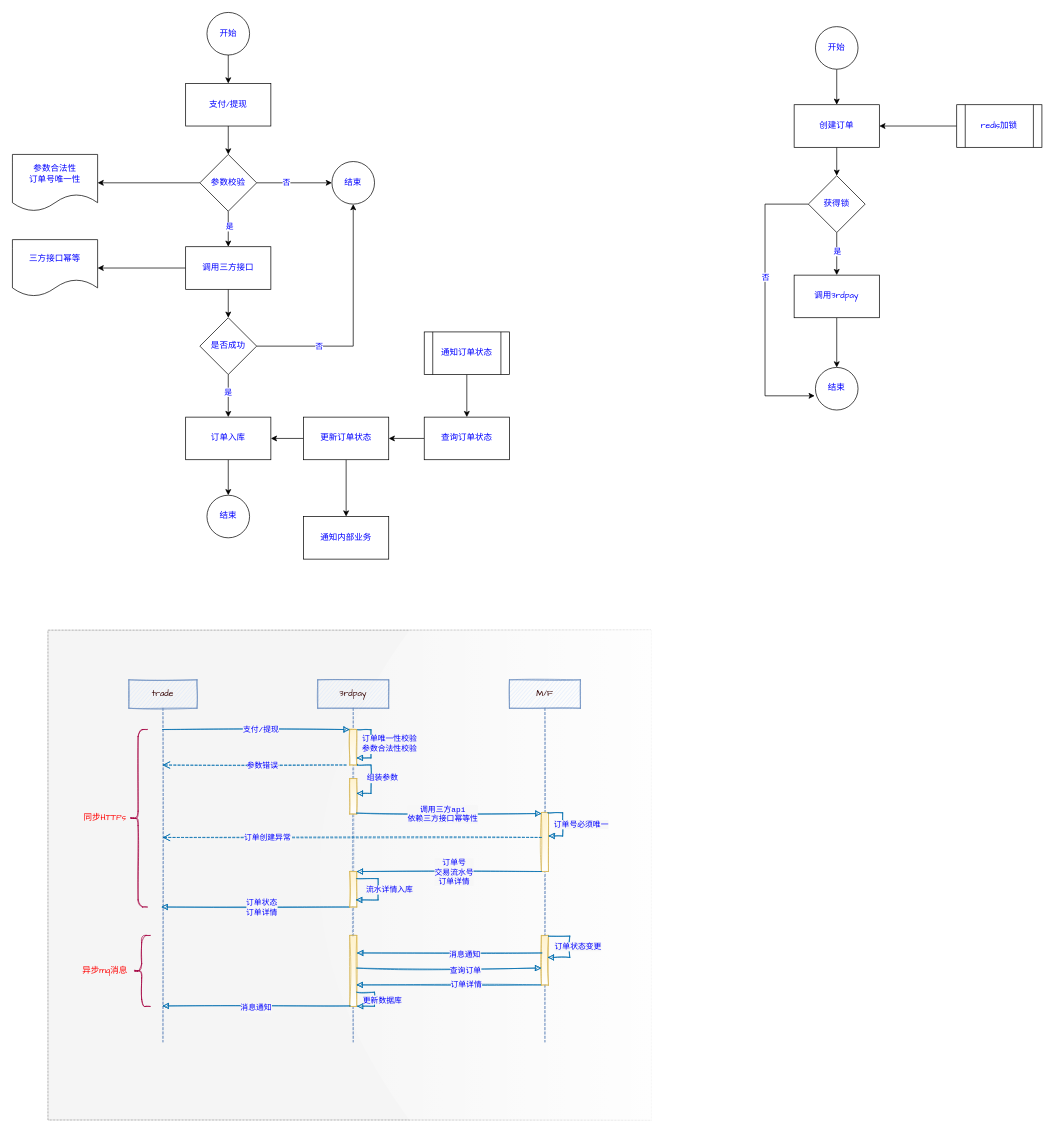
This is page "支付/提现接口幂等方案" (4 of 4) of 支付流程.drawio from jarcn/pic, a draw.io file, before an edit. Source tidied: cells renumbered, new cells numbered last; positions are measured from the earlier drawing's top-left corner, leaving out a move shared by most shapes. Both pictures are drawn from the tidied source at 71%, with x=0, y=0 at pixel (12, 12).
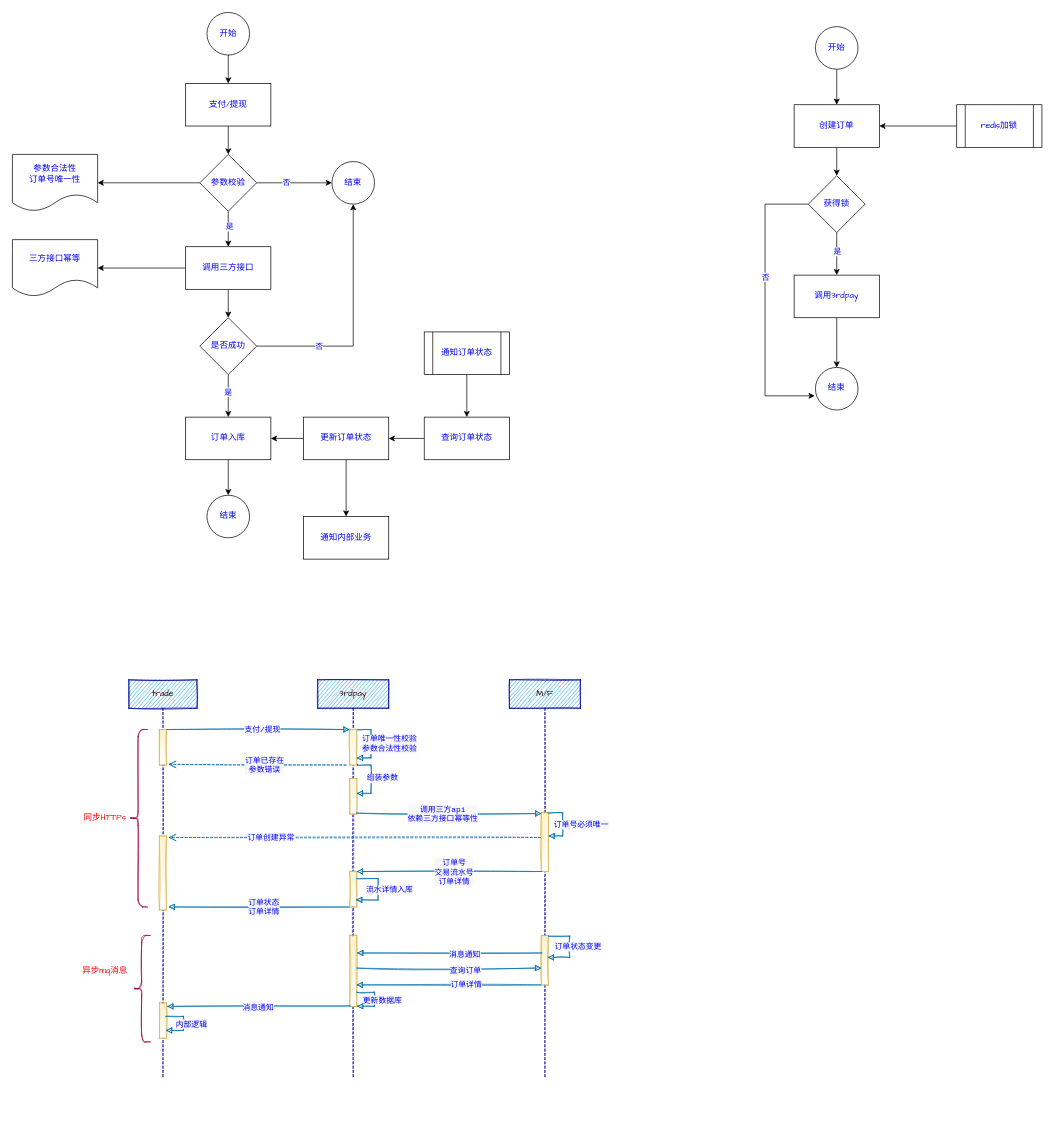
After the change.

Commit message (it also covers changes not shown here):
更新支付流程.drawio

Unchanged cells that the change refers to:
```xml
<mxCell id="63" style="html=1;points=[];perimeter=orthogonalPerimeter;fillColor=#fff2cc;strokeColor=#d6b656;fontFamily=Comic Sans MS;fontColor=#0000FF;sketch=1;gradientColor=#ffffff;" parent="53" vertex="1">
  <mxGeometry x="45" y="360" width="10" height="100" as="geometry" />
</mxCell>
<mxCell id="67" style="html=1;points=[];perimeter=orthogonalPerimeter;fillColor=#fff2cc;strokeColor=#d6b656;fontFamily=Comic Sans MS;fontColor=#0000FF;sketch=1;gradientColor=#ffffff;" parent="66" vertex="1">
  <mxGeometry x="45" y="187" width="10" height="83" as="geometry" />
</mxCell>
```

The edit, as a diff of the source:
```diff
@@
-    <mxCell id="2" style="rounded=0;whiteSpace=wrap;html=1;shadow=0;fillColor=#f5f5f5;fontColor=#0000FF;strokeColor=#666666;dashed=1;dashPattern=1 1;glass=1;sketch=0;align=left;fontFamily=Comic Sans MS;fontStyle=1;direction=south;" parent="1" vertex="1">
-      <mxGeometry x="50" y="870" width="850" height="690" as="geometry" />
-    </mxCell>
@@
-    <mxCell id="49" value="trade" style="shape=umlLifeline;perimeter=lifelinePerimeter;whiteSpace=wrap;html=1;outlineConnect=0;fillColor=#dae8fc;strokeColor=#6c8ebf;fontFamily=Comic Sans MS;fontColor=#330000;sketch=1;" parent="1" vertex="1">
-      <mxGeometry x="164" y="940" width="96" height="510" as="geometry" />
+    <mxCell id="49" value="trade" style="shape=umlLifeline;perimeter=lifelinePerimeter;whiteSpace=wrap;html=1;outlineConnect=0;fillColor=#1ba1e2;strokeColor=#000099;fontFamily=Comic Sans MS;fontColor=#330000;sketch=1;gradientColor=none;glass=0;shadow=0;" parent="1" vertex="1">
+      <mxGeometry x="164" y="940" width="96" height="560" as="geometry" />
     </mxCell>
-    <mxCell id="50" style="html=1;verticalAlign=bottom;endArrow=block;rounded=0;fillColor=#1ba1e2;strokeColor=#006EAF;fontFamily=Comic Sans MS;fontColor=#0000FF;sketch=1;" parent="49" edge="1">
+    <mxCell id="50" style="html=1;verticalAlign=bottom;endArrow=block;rounded=0;fillColor=#1ba1e2;strokeColor=#006EAF;fontFamily=Comic Sans MS;fontColor=#0000FF;sketch=1;entryX=1.3;entryY=0.96;entryDx=0;entryDy=0;entryPerimeter=0;" parent="49" edge="1" target="94">
       <mxGeometry x="-0.06" y="10" relative="1" as="geometry">
         <mxPoint x="311" y="320" as="sourcePoint" />
-        <mxPoint x="46" y="320" as="targetPoint" />
       </mxGeometry>
     </mxCell>
@@
     <mxCell id="52" style="shape=curlyBracket;whiteSpace=wrap;html=1;rounded=1;fontFamily=Comic Sans MS;fillColor=#d80073;fontColor=#0000FF;strokeColor=#A50040;sketch=1;" parent="49" vertex="1">
-      <mxGeometry x="6" y="360" width="24" height="100" as="geometry" />
+      <mxGeometry x="6" y="360" width="24" height="150" as="geometry" />
     </mxCell>
+    <mxCell id="93" style="html=1;points=[];perimeter=orthogonalPerimeter;fillColor=#fff2cc;strokeColor=#d6b656;fontFamily=Comic Sans MS;fontColor=#0000FF;sketch=1;gradientColor=#ffffff;" parent="49" vertex="1">
+      <mxGeometry x="43" y="70" width="10" height="50" as="geometry" />
+    </mxCell>
+    <mxCell id="94" style="html=1;points=[];perimeter=orthogonalPerimeter;fillColor=#fff2cc;strokeColor=#d6b656;fontFamily=Comic Sans MS;fontColor=#0000FF;sketch=1;gradientColor=#ffffff;" parent="49" vertex="1">
+      <mxGeometry x="43" y="220" width="10" height="104" as="geometry" />
+    </mxCell>
+    <mxCell id="95" style="html=1;points=[];perimeter=orthogonalPerimeter;fillColor=#fff2cc;strokeColor=#d6b656;fontFamily=Comic Sans MS;fontColor=#0000FF;sketch=1;gradientColor=#ffffff;" parent="49" vertex="1">
+      <mxGeometry x="43" y="455" width="10" height="50" as="geometry" />
+    </mxCell>
-    <mxCell id="53" value="3rdpay" style="shape=umlLifeline;perimeter=lifelinePerimeter;whiteSpace=wrap;html=1;fillColor=#dae8fc;strokeColor=#6c8ebf;fontFamily=Comic Sans MS;fontColor=#330000;sketch=1;" parent="1" vertex="1">
-      <mxGeometry x="430" y="940" width="100" height="510" as="geometry" />
+    <mxCell id="53" value="3rdpay" style="shape=umlLifeline;perimeter=lifelinePerimeter;whiteSpace=wrap;html=1;fillColor=#1ba1e2;strokeColor=#000099;fontFamily=Comic Sans MS;fontColor=#330000;sketch=1;gradientColor=none;glass=0;shadow=0;" parent="1" vertex="1">
+      <mxGeometry x="430" y="940" width="100" height="560" as="geometry" />
     </mxCell>
@@
-    <mxCell id="66" value="M/F" style="shape=umlLifeline;perimeter=lifelinePerimeter;whiteSpace=wrap;html=1;fillColor=#dae8fc;strokeColor=#6c8ebf;fontFamily=Comic Sans MS;fontColor=#330000;sketch=1;" parent="1" vertex="1">
-      <mxGeometry x="700" y="940" width="100" height="510" as="geometry" />
+    <mxCell id="66" value="M/F" style="shape=umlLifeline;perimeter=lifelinePerimeter;whiteSpace=wrap;html=1;fillColor=#1ba1e2;strokeColor=#000099;fontFamily=Comic Sans MS;fontColor=#330000;sketch=1;gradientColor=none;glass=0;shadow=0;" parent="1" vertex="1">
+      <mxGeometry x="700" y="940" width="100" height="560" as="geometry" />
     </mxCell>
@@
-    <mxCell id="71" style="html=1;verticalAlign=bottom;endArrow=block;entryX=0;entryY=0;rounded=0;fillColor=#1ba1e2;strokeColor=#006EAF;fontFamily=Comic Sans MS;fontColor=#0000FF;sketch=1;" parent="1" edge="1" source="49">
+    <mxCell id="71" style="html=1;verticalAlign=bottom;endArrow=block;entryX=0;entryY=0;rounded=0;fillColor=#1ba1e2;strokeColor=#006EAF;fontFamily=Comic Sans MS;fontColor=#0000FF;sketch=1;exitX=1.1;exitY=0;exitDx=0;exitDy=0;exitPerimeter=0;" parent="1" edge="1" source="93">
       <mxGeometry relative="1" as="geometry">
         <mxPoint x="475" y="1010" as="targetPoint" />
       </mxGeometry>
     </mxCell>
@@
-    <mxCell id="73" style="html=1;verticalAlign=bottom;endArrow=open;dashed=1;endSize=8;rounded=0;fillColor=#1ba1e2;strokeColor=#006EAF;fontFamily=Comic Sans MS;fontColor=#0000FF;sketch=1;" parent="1" edge="1" target="49">
+    <mxCell id="73" style="html=1;verticalAlign=bottom;endArrow=open;dashed=1;endSize=8;rounded=0;fillColor=#1ba1e2;strokeColor=#006EAF;fontFamily=Comic Sans MS;fontColor=#0000FF;sketch=1;entryX=1.3;entryY=0.98;entryDx=0;entryDy=0;entryPerimeter=0;" parent="1" edge="1" target="93">
       <mxGeometry relative="1" as="geometry">
         <mxPoint x="470" y="1060" as="sourcePoint" />
       </mxGeometry>
     </mxCell>
-    <mxCell id="74" value="参数错误" style="edgeLabel;html=1;align=center;verticalAlign=middle;fontFamily=Comic Sans MS;labelBorderColor=none;labelBackgroundColor=#F7F7F7;fontColor=#0000FF;" parent="73" vertex="1">
+    <mxCell id="74" value="&lt;div&gt;订单已存在&lt;/div&gt;&lt;div&gt;参数错误&lt;/div&gt;" style="edgeLabel;html=1;align=center;verticalAlign=middle;fontFamily=Comic Sans MS;labelBorderColor=none;labelBackgroundColor=#F7F7F7;fontColor=#0000FF;" parent="73" vertex="1">
       <mxGeometry x="0.03" y="1" relative="1" as="geometry">
         <mxPoint x="14" y="-1" as="offset" />
       </mxGeometry>
     </mxCell>
@@
-    <mxCell id="77" style="html=1;verticalAlign=bottom;endArrow=open;dashed=1;endSize=8;rounded=0;exitX=0;exitY=0.65;exitDx=0;exitDy=0;exitPerimeter=0;fillColor=#1ba1e2;strokeColor=#006EAF;fontFamily=Comic Sans MS;fontColor=#0000FF;sketch=1;" parent="1" edge="1">
-      <mxGeometry relative="1" as="geometry">
-        <mxPoint x="745" y="1162" as="sourcePoint" />
-        <mxPoint x="211.5" y="1162" as="targetPoint" />
-      </mxGeometry>
-    </mxCell>
-    <mxCell id="78" value="&lt;span style=&quot;&quot;&gt;订单创建异常&lt;/span&gt;" style="edgeLabel;html=1;align=center;verticalAlign=middle;fontFamily=Comic Sans MS;labelBackgroundColor=#F7F7F7;fontColor=#0000FF;" parent="77" vertex="1">
-      <mxGeometry x="0.25" y="-1" relative="1" as="geometry">
-        <mxPoint x="-53" as="offset" />
-      </mxGeometry>
-    </mxCell>
@@
-    <mxCell id="88" style="html=1;verticalAlign=bottom;endArrow=block;rounded=0;exitX=0.067;exitY=0.993;exitDx=0;exitDy=0;exitPerimeter=0;fillColor=#1ba1e2;strokeColor=#006EAF;fontFamily=Comic Sans MS;fontColor=#0000FF;sketch=1;" parent="1" edge="1" source="63" target="49">
+    <mxCell id="88" style="html=1;verticalAlign=bottom;endArrow=block;rounded=0;exitX=0.067;exitY=0.993;exitDx=0;exitDy=0;exitPerimeter=0;fillColor=#1ba1e2;strokeColor=#006EAF;fontFamily=Comic Sans MS;fontColor=#0000FF;sketch=1;entryX=1.1;entryY=0.1;entryDx=0;entryDy=0;entryPerimeter=0;" parent="1" edge="1" source="63" target="95">
       <mxGeometry x="-0.06" y="10" relative="1" as="geometry" />
     </mxCell>
@@
+    <mxCell id="96" style="edgeStyle=orthogonalEdgeStyle;html=1;align=left;spacingLeft=2;endArrow=block;rounded=0;entryX=1.033;entryY=0.997;entryDx=0;entryDy=0;entryPerimeter=0;fillColor=#1ba1e2;strokeColor=#006EAF;fontFamily=Comic Sans MS;fontColor=#0000FF;sketch=1;" parent="1" edge="1">
+      <mxGeometry x="0.87" y="-15" relative="1" as="geometry">
+        <mxPoint x="216" y="1414" as="sourcePoint" />
+        <mxPoint x="216.3" y="1433.7" as="targetPoint" />
+        <Array as="points">
+          <mxPoint x="241" y="1414" />
+          <mxPoint x="241" y="1434" />
+        </Array>
+      </mxGeometry>
+    </mxCell>
+    <mxCell id="97" value="内部逻辑" style="edgeLabel;html=1;align=center;verticalAlign=middle;fontFamily=Comic Sans MS;labelBackgroundColor=#F7F7F7;fontColor=#0000FF;" parent="96" vertex="1">
+      <mxGeometry relative="1" as="geometry">
+        <mxPoint x="10" as="offset" />
+      </mxGeometry>
+    </mxCell>
+    <mxCell id="77" style="html=1;verticalAlign=bottom;endArrow=open;dashed=1;endSize=8;rounded=0;exitX=-0.1;exitY=0.422;exitDx=0;exitDy=0;exitPerimeter=0;fillColor=#1ba1e2;strokeColor=#006EAF;fontFamily=Comic Sans MS;fontColor=#0000FF;sketch=1;" parent="1" edge="1" source="67">
+      <mxGeometry relative="1" as="geometry">
+        <mxPoint x="220" y="1162" as="targetPoint" />
+      </mxGeometry>
+    </mxCell>
+    <mxCell id="78" value="&lt;span style=&quot;&quot;&gt;订单创建异常&lt;/span&gt;" style="edgeLabel;html=1;align=center;verticalAlign=middle;fontFamily=Comic Sans MS;labelBackgroundColor=#F7F7F7;fontColor=#0000FF;" parent="77" vertex="1">
+      <mxGeometry x="0.25" y="-1" relative="1" as="geometry">
+        <mxPoint x="-53" as="offset" />
+      </mxGeometry>
+    </mxCell>
```
